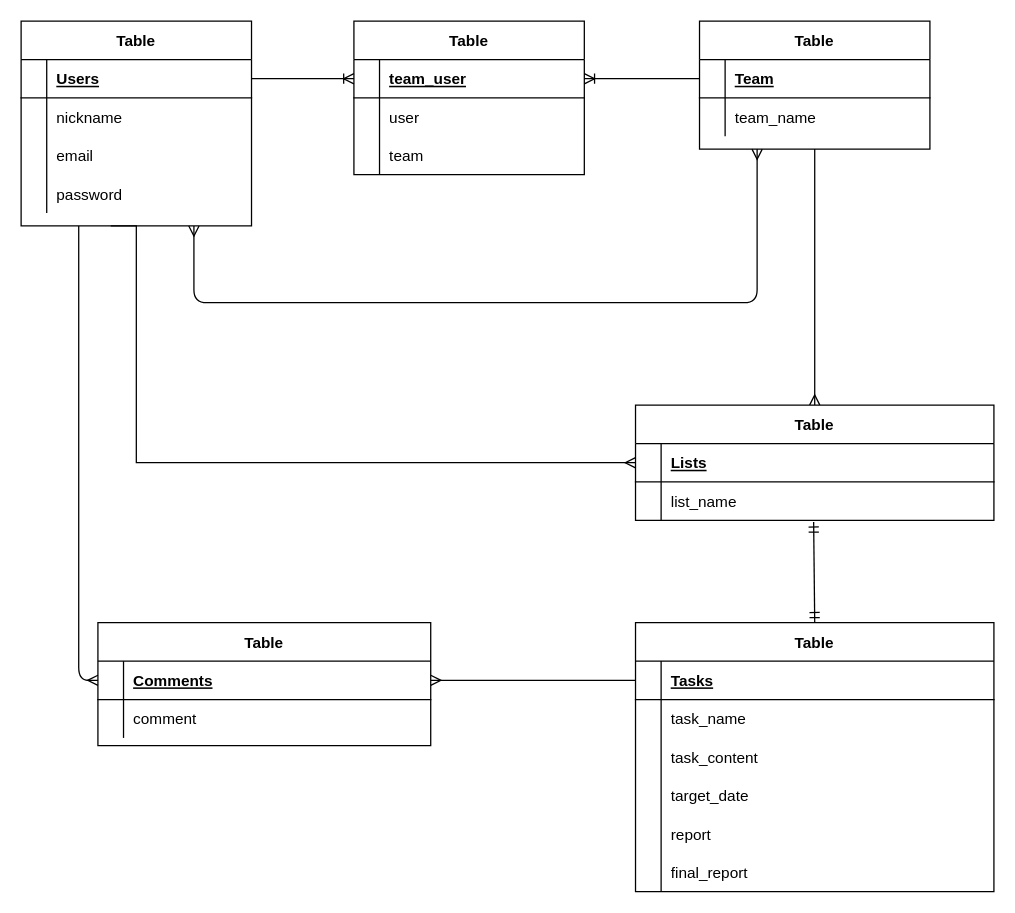
The draw.io diagram db.dio in IguchiRyo622/task-Bdash, before the edit. Source tidied: cells renumbered, new cells numbered last; positions are measured from the earlier drawing's top-left corner, leaving out a move shared by most shapes. Both pictures are drawn from the tidied source at 128%, with x=0, y=0 at pixel (20, 20).
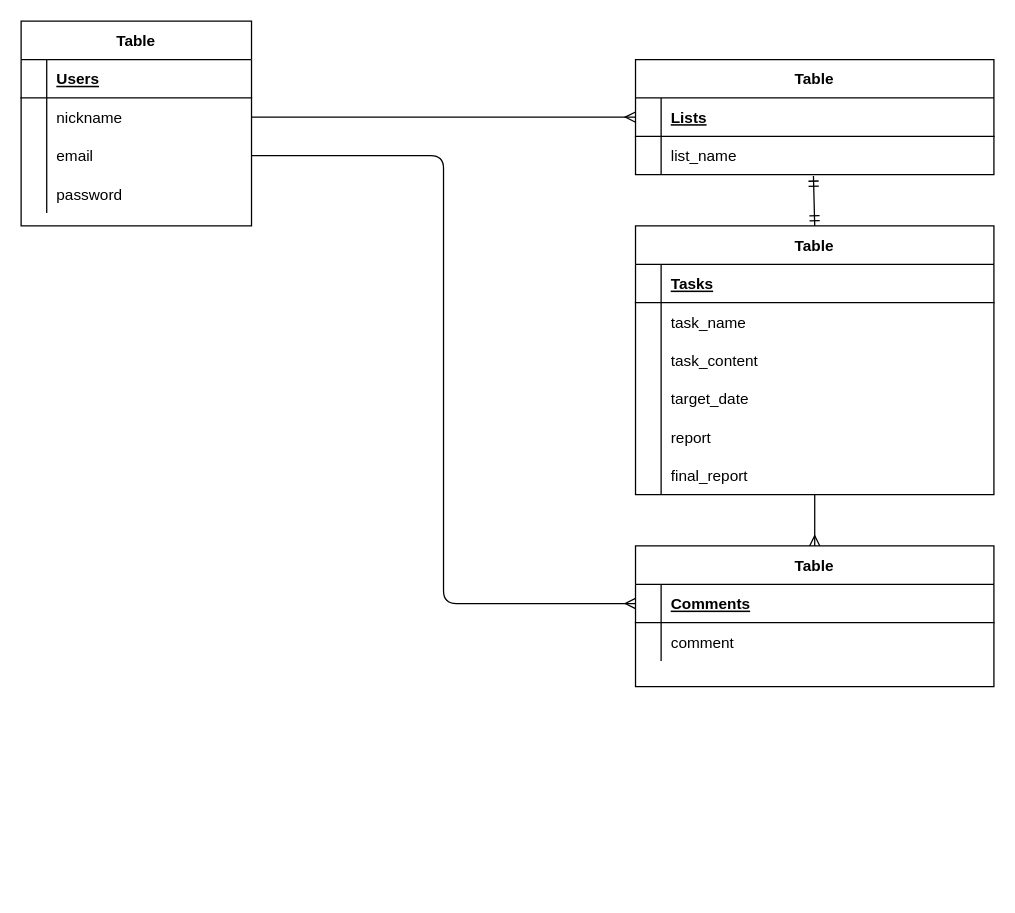
Above is the later version.

The change refers to these unchanged cells:
```xml
<mxCell id="2" value="Table" style="shape=table;startSize=30;childLayout=tableLayout;rowLines=0;fontStyle=1;align=center;" parent="1" vertex="1">
  <mxGeometry width="180" height="160" as="geometry" />
</mxCell>
<mxCell id="3" style="shape=partialRectangle;fillColor=none;top=0;left=0;bottom=1;right=0;points=[[0,0.5],[1,0.5]];portConstraint=eastwest;" parent="2" vertex="1">
  <mxGeometry y="30" width="180" height="30" as="geometry" />
</mxCell>
<mxCell id="6" style="shape=partialRectangle;fillColor=none;top=0;left=0;bottom=0;right=0;points=[[0,0.5],[1,0.5]];portConstraint=eastwest;" parent="2" vertex="1">
  <mxGeometry y="60" width="180" height="30" as="geometry" />
</mxCell>
<mxCell id="9" style="shape=partialRectangle;fillColor=none;top=0;left=0;bottom=0;right=0;points=[[0,0.5],[1,0.5]];portConstraint=eastwest;" parent="2" vertex="1">
  <mxGeometry y="90" width="180" height="30" as="geometry" />
</mxCell>
<mxCell id="39" style="shape=partialRectangle;fillColor=none;top=0;left=0;bottom=1;right=0;points=[[0,0.5],[1,0.5]];portConstraint=eastwest;" parent="38" vertex="1">
  <mxGeometry y="30" width="280" height="30" as="geometry" />
</mxCell>
<mxCell id="42" style="shape=partialRectangle;fillColor=none;top=0;left=0;bottom=0;right=0;points=[[0,0.5],[1,0.5]];portConstraint=eastwest;" parent="38" vertex="1">
  <mxGeometry y="60" width="280" height="30" as="geometry" />
</mxCell>
<mxCell id="46" style="shape=partialRectangle;fillColor=none;top=0;left=0;bottom=1;right=0;points=[[0,0.5],[1,0.5]];portConstraint=eastwest;" parent="45" vertex="1">
  <mxGeometry y="30" width="280" height="30" as="geometry" />
</mxCell>
<mxCell id="61" style="shape=partialRectangle;fillColor=none;top=0;left=0;bottom=0;right=0;points=[[0,0.5],[1,0.5]];portConstraint=eastwest;" parent="45" vertex="1">
  <mxGeometry y="180" width="280" height="30" as="geometry" />
</mxCell>
```

The edit, as a diff of the source:
```diff
@@
-    <mxCell id="15" value="Table" style="shape=table;startSize=30;childLayout=tableLayout;rowLines=0;fontStyle=1;align=center;" parent="1" vertex="1">
-      <mxGeometry x="530" width="180" height="100" as="geometry" />
-    </mxCell>
-    <mxCell id="16" style="shape=partialRectangle;fillColor=none;top=0;left=0;bottom=1;right=0;points=[[0,0.5],[1,0.5]];portConstraint=eastwest;" parent="15" vertex="1">
-      <mxGeometry y="30" width="180" height="30" as="geometry" />
-    </mxCell>
-    <mxCell id="17" style="shape=partialRectangle;fillColor=none;top=0;left=0;bottom=0;right=0;fontStyle=1;overflow=hidden;" parent="16" vertex="1">
-      <mxGeometry width="20" height="30" as="geometry" />
-    </mxCell>
-    <mxCell id="18" value="Team" style="shape=partialRectangle;fillColor=none;top=0;left=0;bottom=0;right=0;align=left;spacingLeft=6;fontStyle=5;overflow=hidden;" parent="16" vertex="1">
-      <mxGeometry x="20" width="160" height="30" as="geometry" />
-    </mxCell>
-    <mxCell id="19" style="shape=partialRectangle;fillColor=none;top=0;left=0;bottom=0;right=0;" parent="15" vertex="1">
-      <mxGeometry y="60" width="180" height="30" as="geometry" />
-    </mxCell>
-    <mxCell id="20" style="shape=partialRectangle;fillColor=none;top=0;left=0;bottom=0;right=0;overflow=hidden;" parent="19" vertex="1">
-      <mxGeometry width="20" height="30" as="geometry" />
-    </mxCell>
-    <mxCell id="21" value="team_name" style="shape=partialRectangle;fillColor=none;top=0;left=0;bottom=0;right=0;align=left;spacingLeft=6;overflow=hidden;" parent="19" vertex="1">
-      <mxGeometry x="20" width="160" height="30" as="geometry" />
-    </mxCell>
-    <mxCell id="22" value="Table" style="shape=table;startSize=30;childLayout=tableLayout;rowLines=0;fontStyle=1;align=center;" parent="1" vertex="1">
-      <mxGeometry x="260" width="180" height="120" as="geometry" />
-    </mxCell>
-    <mxCell id="23" style="shape=partialRectangle;fillColor=none;top=0;left=0;bottom=1;right=0;points=[[0,0.5],[1,0.5]];portConstraint=eastwest;" parent="22" vertex="1">
-      <mxGeometry y="30" width="180" height="30" as="geometry" />
-    </mxCell>
-    <mxCell id="24" style="shape=partialRectangle;fillColor=none;top=0;left=0;bottom=0;right=0;fontStyle=1;overflow=hidden;" parent="23" vertex="1">
-      <mxGeometry width="20" height="30" as="geometry" />
-    </mxCell>
-    <mxCell id="25" value="team_user" style="shape=partialRectangle;fillColor=none;top=0;left=0;bottom=0;right=0;align=left;spacingLeft=6;fontStyle=5;overflow=hidden;" parent="23" vertex="1">
-      <mxGeometry x="20" width="160" height="30" as="geometry" />
-    </mxCell>
-    <mxCell id="26" style="shape=partialRectangle;fillColor=none;top=0;left=0;bottom=0;right=0;" parent="22" vertex="1">
-      <mxGeometry y="60" width="180" height="30" as="geometry" />
-    </mxCell>
-    <mxCell id="27" style="shape=partialRectangle;fillColor=none;top=0;left=0;bottom=0;right=0;overflow=hidden;" parent="26" vertex="1">
-      <mxGeometry width="20" height="30" as="geometry" />
-    </mxCell>
-    <mxCell id="28" value="user" style="shape=partialRectangle;fillColor=none;top=0;left=0;bottom=0;right=0;align=left;spacingLeft=6;overflow=hidden;" parent="26" vertex="1">
-      <mxGeometry x="20" width="160" height="30" as="geometry" />
-    </mxCell>
-    <mxCell id="29" style="shape=partialRectangle;fillColor=none;top=0;left=0;bottom=0;right=0;" parent="22" vertex="1">
-      <mxGeometry y="90" width="180" height="30" as="geometry" />
-    </mxCell>
-    <mxCell id="30" style="shape=partialRectangle;fillColor=none;top=0;left=0;bottom=0;right=0;overflow=hidden;" parent="29" vertex="1">
-      <mxGeometry width="20" height="30" as="geometry" />
-    </mxCell>
-    <mxCell id="31" value="team" style="shape=partialRectangle;fillColor=none;top=0;left=0;bottom=0;right=0;align=left;spacingLeft=6;overflow=hidden;" parent="29" vertex="1">
-      <mxGeometry x="20" width="160" height="30" as="geometry" />
-    </mxCell>
-    <mxCell id="32" style="fontSize=12;html=1;endArrow=ERoneToMany;exitX=1;exitY=0.5;exitDx=0;exitDy=0;entryX=0;entryY=0.5;entryDx=0;entryDy=0;" parent="1" edge="1" source="3" target="23">
-      <mxGeometry relative="1" as="geometry" />
-    </mxCell>
-    <mxCell id="33" style="fontSize=12;html=1;endArrow=ERoneToMany;entryX=1;entryY=0.5;entryDx=0;entryDy=0;exitX=0;exitY=0.5;exitDx=0;exitDy=0;" parent="1" edge="1" source="16" target="23">
-      <mxGeometry relative="1" as="geometry" />
-    </mxCell>
-    <mxCell id="34" style="edgeStyle=orthogonalEdgeStyle;fontSize=12;html=1;endArrow=ERmany;startArrow=ERmany;exitX=0.75;exitY=1;exitDx=0;exitDy=0;entryX=0.25;entryY=1;entryDx=0;entryDy=0;" parent="1" edge="1" source="2" target="15">
-      <mxGeometry relative="1" as="geometry">
-        <Array as="points">
-          <mxPoint x="135" y="220" />
-          <mxPoint x="575" y="220" />
-        </Array>
-      </mxGeometry>
-    </mxCell>
-    <mxCell id="35" style="edgeStyle=orthogonalEdgeStyle;rounded=0;jettySize=auto;html=1;exitX=0;exitY=0.5;exitDx=0;exitDy=0;startArrow=ERmany;startFill=0;endArrow=none;endFill=0;" parent="1" edge="1" source="39">
-      <mxGeometry relative="1" as="geometry">
-        <mxPoint x="70" y="160" as="targetPoint" />
-        <Array as="points">
-          <mxPoint x="90" y="345" />
-          <mxPoint x="90" y="160" />
-        </Array>
-      </mxGeometry>
+    <mxCell id="35" style="rounded=0;jettySize=auto;html=1;exitX=0;exitY=0.5;exitDx=0;exitDy=0;startArrow=ERmany;startFill=0;endArrow=none;endFill=0;entryX=1;entryY=0.5;entryDx=0;entryDy=0;" parent="1" edge="1" source="39" target="6">
+      <mxGeometry relative="1" as="geometry" />
     </mxCell>
-    <mxCell id="36" style="edgeStyle=orthogonalEdgeStyle;rounded=0;jettySize=auto;html=1;startArrow=ERmany;startFill=0;endArrow=none;endFill=0;entryX=0.5;entryY=1;entryDx=0;entryDy=0;" parent="1" edge="1" source="38" target="15">
-      <mxGeometry relative="1" as="geometry" />
-    </mxCell>
-    <mxCell id="37" style="fontSize=12;html=1;endArrow=ERmandOne;startArrow=ERmandOne;exitX=0.5;exitY=0;exitDx=0;exitDy=0;entryX=0.497;entryY=1.041;entryDx=0;entryDy=0;entryPerimeter=0;startFill=0;" parent="1" edge="1" source="45" target="42">
-      <mxGeometry relative="1" as="geometry" />
+    <mxCell id="37" style="fontSize=12;html=1;endArrow=ERmandOne;startArrow=ERmandOne;exitX=0.5;exitY=0;exitDx=0;exitDy=0;startFill=0;" parent="1" edge="1" source="45">
+      <mxGeometry relative="1" as="geometry">
+        <mxPoint x="619" y="121" as="targetPoint" />
+      </mxGeometry>
     </mxCell>
+    <mxCell id="64" style="edgeStyle=orthogonalEdgeStyle;fontSize=12;html=1;endArrow=ERmany;exitX=1;exitY=0.5;exitDx=0;exitDy=0;entryX=0;entryY=0.5;entryDx=0;entryDy=0;endFill=0;" parent="1" edge="1" source="9" target="66">
+      <mxGeometry relative="1" as="geometry" />
+    </mxCell>
+    <mxCell id="72" style="fontSize=12;html=1;endArrow=ERmany;endFill=0;" parent="1" edge="1" source="61" target="65">
+      <mxGeometry relative="1" as="geometry" />
+    </mxCell>
     <mxCell id="38" value="Table" style="shape=table;startSize=30;childLayout=tableLayout;rowLines=0;fontStyle=1;align=center;" parent="1" vertex="1">
-      <mxGeometry x="480" y="300" width="280" height="90" as="geometry" />
+      <mxGeometry x="480" y="30" width="280" height="90" as="geometry" />
     </mxCell>
@@
     <mxCell id="45" value="Table" style="shape=table;startSize=30;childLayout=tableLayout;rowLines=0;fontStyle=1;align=center;" parent="1" vertex="1">
-      <mxGeometry x="480" y="470" width="280" height="210" as="geometry" />
+      <mxGeometry x="480" y="160" width="280" height="210" as="geometry" />
     </mxCell>
@@
-    <mxCell id="64" style="edgeStyle=orthogonalEdgeStyle;fontSize=12;html=1;endArrow=ERmany;exitX=0.25;exitY=1;exitDx=0;exitDy=0;entryX=0;entryY=0.5;entryDx=0;entryDy=0;endFill=0;" parent="1" edge="1" source="2" target="66">
-      <mxGeometry relative="1" as="geometry" />
-    </mxCell>
     <mxCell id="65" value="Table" style="shape=table;startSize=30;childLayout=tableLayout;rowLines=0;fontStyle=1;align=center;" parent="1" vertex="1">
-      <mxGeometry x="60" y="470" width="260" height="96" as="geometry" />
+      <mxGeometry x="480" y="410" width="280" height="110" as="geometry" />
     </mxCell>
     <mxCell id="66" style="shape=partialRectangle;fillColor=none;top=0;left=0;bottom=1;right=0;points=[[0,0.5],[1,0.5]];portConstraint=eastwest;" parent="65" vertex="1">
-      <mxGeometry y="30" width="260" height="30" as="geometry" />
+      <mxGeometry y="30" width="280" height="30" as="geometry" />
     </mxCell>
@@
     <mxCell id="68" value="Comments" style="shape=partialRectangle;fillColor=none;top=0;left=0;bottom=0;right=0;align=left;spacingLeft=6;fontStyle=5;overflow=hidden;" parent="66" vertex="1">
-      <mxGeometry x="20" width="240" height="30" as="geometry" />
+      <mxGeometry x="20" width="260" height="30" as="geometry" />
     </mxCell>
     <mxCell id="69" style="shape=partialRectangle;fillColor=none;top=0;left=0;bottom=0;right=0;" parent="65" vertex="1">
-      <mxGeometry y="60" width="260" height="30" as="geometry" />
+      <mxGeometry y="60" width="280" height="30" as="geometry" />
     </mxCell>
@@
     <mxCell id="71" value="comment" style="shape=partialRectangle;fillColor=none;top=0;left=0;bottom=0;right=0;align=left;spacingLeft=6;overflow=hidden;" parent="69" vertex="1">
-      <mxGeometry x="20" width="240" height="30" as="geometry" />
+      <mxGeometry x="20" width="260" height="30" as="geometry" />
     </mxCell>
-    <mxCell id="72" style="fontSize=12;html=1;endArrow=ERmany;endFill=0;entryX=1;entryY=0.5;entryDx=0;entryDy=0;exitX=0;exitY=0.5;exitDx=0;exitDy=0;" parent="1" edge="1" source="46" target="66">
-      <mxGeometry relative="1" as="geometry" />
-    </mxCell>
```
